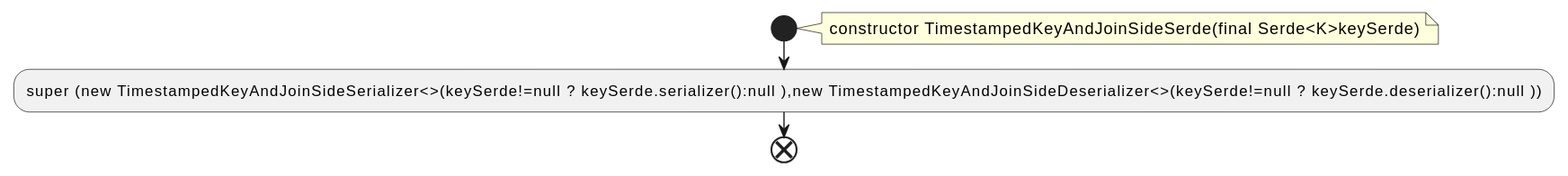
This is docs/qc/streams/src/main/java/org/apache/kafka/streams/state/internals/TimestampedKeyAndJoinSideSerde.java.fct.svg from qualitesys/kafka, a PlantUML export, as it was before one commit.
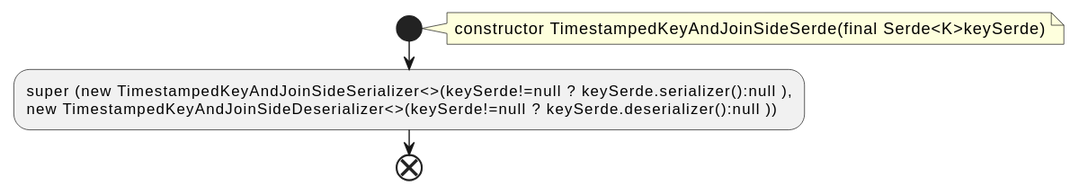
The same diagram one commit later.

Change to the diagram source:
```diff
@@ -4,6 +4,7 @@
 note right
 constructor TimestampedKeyAndJoinSideSerde(final Serde<K>keySerde)
 end note
-:super (new TimestampedKeyAndJoinSideSerializer<>(keySerde!=null ? keySerde.serializer():null ),new TimestampedKeyAndJoinSideDeserializer<>(keySerde!=null ? keySerde.deserializer():null ));
+:super (new TimestampedKeyAndJoinSideSerializer<>(keySerde!=null ? keySerde.serializer():null ),
+new TimestampedKeyAndJoinSideDeserializer<>(keySerde!=null ? keySerde.deserializer():null ));
 end
 @enduml
```
